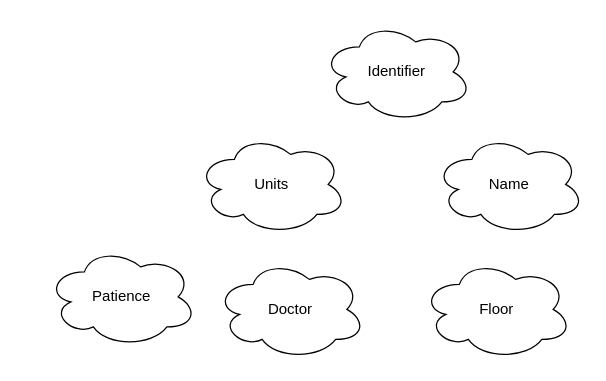
The draw.io diagram page "Page-1" (1 of 2) of healthcenter.drawio in Arnaldo1990/Database-Development-Day-1, before the edit. Source tidied: cells renumbered, new cells numbered last; positions are measured from the earlier drawing's top-left corner, leaving out a move shared by most shapes. Both pictures are drawn from the tidied source at 125%, with x=0, y=0 at pixel (46, 21).
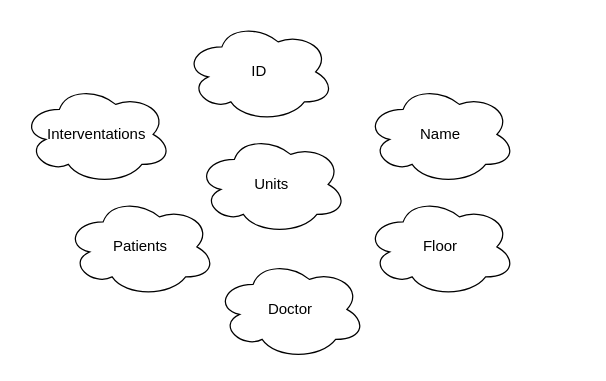
The same diagram, later.

The edit, as a diff of the source:
```diff
@@
 <mxGraphModel>
   <root>
     <mxCell id="0" />
     <mxCell id="1" parent="0" />
     <mxCell id="2" value="Units" style="ellipse;shape=cloud;whiteSpace=wrap;html=1;" parent="1" vertex="1">
       <mxGeometry x="120" y="90" width="120" height="80" as="geometry" />
     </mxCell>
-    <mxCell id="3" value="Identifier" style="ellipse;shape=cloud;whiteSpace=wrap;html=1;" parent="1" vertex="1">
-      <mxGeometry x="220" width="120" height="80" as="geometry" />
+    <mxCell id="3" value="ID" style="ellipse;shape=cloud;whiteSpace=wrap;html=1;" parent="1" vertex="1">
+      <mxGeometry x="110" width="120" height="80" as="geometry" />
     </mxCell>
     <mxCell id="4" value="Name" style="ellipse;shape=cloud;whiteSpace=wrap;html=1;" parent="1" vertex="1">
-      <mxGeometry x="310" y="90" width="120" height="80" as="geometry" />
+      <mxGeometry x="255" y="50" width="120" height="80" as="geometry" />
     </mxCell>
     <mxCell id="5" value="Floor" style="ellipse;shape=cloud;whiteSpace=wrap;html=1;" parent="1" vertex="1">
-      <mxGeometry x="300" y="190" width="120" height="80" as="geometry" />
+      <mxGeometry x="255" y="140" width="120" height="80" as="geometry" />
     </mxCell>
     <mxCell id="6" value="Doctor" style="ellipse;shape=cloud;whiteSpace=wrap;html=1;" parent="1" vertex="1">
       <mxGeometry x="135" y="190" width="120" height="80" as="geometry" />
     </mxCell>
-    <mxCell id="7" value="Patience" style="ellipse;shape=cloud;whiteSpace=wrap;html=1;" parent="1" vertex="1">
-      <mxGeometry y="180" width="120" height="80" as="geometry" />
+    <mxCell id="7" value="Patients" style="ellipse;shape=cloud;whiteSpace=wrap;html=1;" parent="1" vertex="1">
+      <mxGeometry x="15" y="140" width="120" height="80" as="geometry" />
     </mxCell>
+    <mxCell id="8" value="Interventations" style="ellipse;shape=cloud;whiteSpace=wrap;html=1;" parent="1" vertex="1">
+      <mxGeometry x="-20" y="50" width="120" height="80" as="geometry" />
+    </mxCell>
   </root>
 </mxGraphModel>
```
